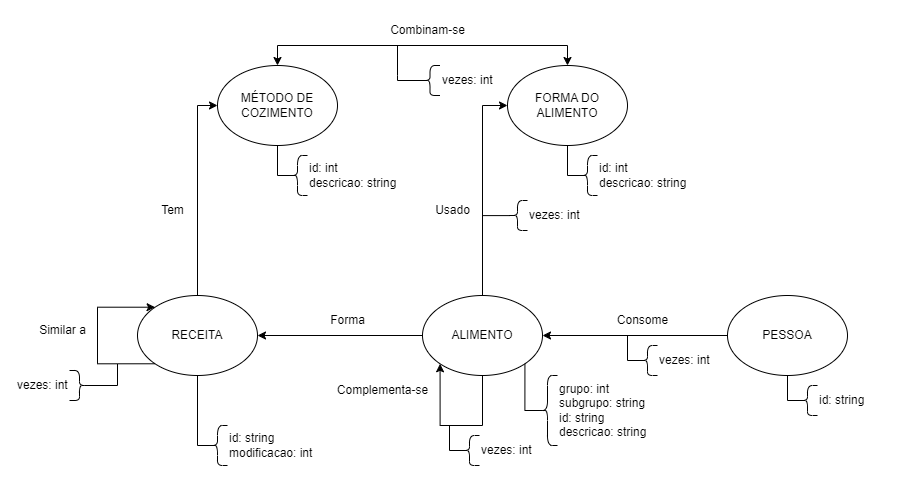
Above: lab08/images/modelo-logico-grafos.png in phdaccache/MC536-GPABD (draw.io), before the change. Source tidied: cells renumbered, new cells last; positions are measured from the earlier drawing's top-left corner, leaving out a move shared by most shapes. Its diagram source:
```xml
<mxGraphModel>
  <root>
    <mxCell id="0" />
    <mxCell id="1" parent="0" />
    <mxCell id="2" style="group;" parent="1" vertex="1">
      <mxGeometry x="407" y="280" width="305" height="170" as="geometry" />
    </mxCell>
    <mxCell id="3" value="ALIMENTO" style="ellipse;whiteSpace=wrap;html=1;" parent="2" vertex="1">
      <mxGeometry width="120" height="80" as="geometry" />
    </mxCell>
    <mxCell id="4" style="shape=curlyBracket;whiteSpace=wrap;html=1;rounded=1;labelPosition=left;verticalLabelPosition=middle;align=right;verticalAlign=middle;" parent="2" vertex="1">
      <mxGeometry x="115" y="80" width="20" height="70" as="geometry" />
    </mxCell>
    <mxCell id="5" style="edgeStyle=orthogonalEdgeStyle;rounded=0;jettySize=auto;html=1;entryX=0.1;entryY=0.5;entryDx=0;entryDy=0;entryPerimeter=0;endArrow=none;endFill=0;exitX=1;exitY=1;exitDx=0;exitDy=0;" parent="2" edge="1" source="3" target="4">
      <mxGeometry relative="1" as="geometry">
        <Array as="points">
          <mxPoint x="102" y="115" />
        </Array>
      </mxGeometry>
    </mxCell>
    <mxCell id="6" value="grupo: int&lt;br&gt;subgrupo: string&lt;br&gt;id: string&amp;nbsp;&lt;br&gt;descricao: string" style="text;html=1;align=left;verticalAlign=middle;strokeColor=none;fillColor=none;" parent="2" vertex="1">
      <mxGeometry x="135" y="80" width="110" height="70" as="geometry" />
    </mxCell>
    <mxCell id="7" value="Consome" style="text;html=1;align=center;verticalAlign=middle;strokeColor=none;fillColor=none;" parent="2" vertex="1">
      <mxGeometry x="185" y="10" width="70" height="30" as="geometry" />
    </mxCell>
    <mxCell id="8" value="vezes: int" style="text;html=1;align=left;verticalAlign=middle;strokeColor=none;fillColor=none;" parent="2" vertex="1">
      <mxGeometry x="235" y="50" width="70" height="30" as="geometry" />
    </mxCell>
    <mxCell id="9" style="edgeStyle=orthogonalEdgeStyle;rounded=0;orthogonalLoop=1;jettySize=auto;html=1;exitX=0.5;exitY=1;exitDx=0;exitDy=0;entryX=0;entryY=1;entryDx=0;entryDy=0;" parent="2" edge="1" source="3" target="3">
      <mxGeometry relative="1" as="geometry">
        <Array as="points">
          <mxPoint x="60" y="130" />
          <mxPoint x="18" y="130" />
        </Array>
      </mxGeometry>
    </mxCell>
    <mxCell id="10" value="vezes: int" style="text;html=1;align=left;verticalAlign=middle;strokeColor=none;fillColor=none;" parent="2" vertex="1">
      <mxGeometry x="57" y="140" width="70" height="30" as="geometry" />
    </mxCell>
    <mxCell id="11" style="shape=curlyBracket;whiteSpace=wrap;html=1;rounded=1;labelPosition=left;verticalLabelPosition=middle;align=right;verticalAlign=middle;" parent="2" vertex="1">
      <mxGeometry x="37" y="140" width="20" height="30" as="geometry" />
    </mxCell>
    <mxCell id="12" style="edgeStyle=orthogonalEdgeStyle;rounded=0;jettySize=auto;html=1;exitX=0.5;exitY=1;exitDx=0;exitDy=0;entryX=0.1;entryY=0.5;entryDx=0;entryDy=0;entryPerimeter=0;endArrow=none;endFill=0;" parent="2" edge="1" target="11">
      <mxGeometry relative="1" as="geometry">
        <mxPoint x="27" y="130" as="sourcePoint" />
        <Array as="points">
          <mxPoint x="27" y="155" />
        </Array>
      </mxGeometry>
    </mxCell>
    <mxCell id="13" style="group;" parent="1" vertex="1">
      <mxGeometry x="122" y="280" width="300" height="130" as="geometry" />
    </mxCell>
    <mxCell id="14" value="RECEITA" style="ellipse;whiteSpace=wrap;html=1;" parent="13" vertex="1">
      <mxGeometry width="120" height="80" as="geometry" />
    </mxCell>
    <mxCell id="15" value="Forma" style="text;html=1;align=center;verticalAlign=middle;strokeColor=none;fillColor=none;" parent="13" vertex="1">
      <mxGeometry x="180" y="10" width="60" height="30" as="geometry" />
    </mxCell>
    <mxCell id="16" style="edgeStyle=orthogonalEdgeStyle;rounded=0;orthogonalLoop=1;jettySize=auto;html=1;exitX=0;exitY=1;exitDx=0;exitDy=0;entryX=0;entryY=0;entryDx=0;entryDy=0;" parent="13" edge="1" source="14" target="14">
      <mxGeometry relative="1" as="geometry">
        <Array as="points">
          <mxPoint x="-40" y="68" />
          <mxPoint x="-40" y="12" />
        </Array>
      </mxGeometry>
    </mxCell>
    <mxCell id="17" value="Complementa-se" style="text;html=1;align=center;verticalAlign=middle;strokeColor=none;fillColor=none;" parent="13" vertex="1">
      <mxGeometry x="190" y="80" width="110" height="30" as="geometry" />
    </mxCell>
    <mxCell id="18" style="edgeStyle=orthogonalEdgeStyle;rounded=0;jettySize=auto;html=1;entryX=1;entryY=0.5;entryDx=0;entryDy=0;" parent="1" edge="1" source="35" target="3">
      <mxGeometry relative="1" as="geometry" />
    </mxCell>
    <mxCell id="19" style="group;" parent="1" vertex="1">
      <mxGeometry x="202" y="50" width="230" height="130" as="geometry" />
    </mxCell>
    <mxCell id="20" value="MÉTODO DE COZIMENTO" style="ellipse;whiteSpace=wrap;html=1;" parent="19" vertex="1">
      <mxGeometry width="120" height="80" as="geometry" />
    </mxCell>
    <mxCell id="21" style="shape=curlyBracket;whiteSpace=wrap;html=1;rounded=1;labelPosition=left;verticalLabelPosition=middle;align=right;verticalAlign=middle;" parent="19" vertex="1">
      <mxGeometry x="70" y="90" width="20" height="40" as="geometry" />
    </mxCell>
    <mxCell id="22" style="edgeStyle=orthogonalEdgeStyle;rounded=0;jettySize=auto;html=1;exitX=0.5;exitY=1;exitDx=0;exitDy=0;entryX=0.1;entryY=0.5;entryDx=0;entryDy=0;entryPerimeter=0;endArrow=none;endFill=0;" parent="19" edge="1" target="21">
      <mxGeometry relative="1" as="geometry">
        <mxPoint x="60" y="80" as="sourcePoint" />
        <Array as="points">
          <mxPoint x="60" y="110" />
        </Array>
      </mxGeometry>
    </mxCell>
    <mxCell id="23" value="id: int&lt;br&gt;descricao: string" style="text;html=1;align=left;verticalAlign=middle;strokeColor=none;fillColor=none;" parent="19" vertex="1">
      <mxGeometry x="90" y="90" width="110" height="40" as="geometry" />
    </mxCell>
    <mxCell id="24" style="group;" parent="1" vertex="1">
      <mxGeometry x="492" y="50" width="230" height="130" as="geometry" />
    </mxCell>
    <mxCell id="25" value="FORMA DO ALIMENTO" style="ellipse;whiteSpace=wrap;html=1;" parent="24" vertex="1">
      <mxGeometry width="120" height="80" as="geometry" />
    </mxCell>
    <mxCell id="26" style="shape=curlyBracket;whiteSpace=wrap;html=1;rounded=1;labelPosition=left;verticalLabelPosition=middle;align=right;verticalAlign=middle;" parent="24" vertex="1">
      <mxGeometry x="70" y="90" width="20" height="40" as="geometry" />
    </mxCell>
    <mxCell id="27" style="edgeStyle=orthogonalEdgeStyle;rounded=0;jettySize=auto;html=1;exitX=0.5;exitY=1;exitDx=0;exitDy=0;entryX=0.1;entryY=0.5;entryDx=0;entryDy=0;entryPerimeter=0;endArrow=none;endFill=0;" parent="24" edge="1" target="26">
      <mxGeometry relative="1" as="geometry">
        <mxPoint x="60" y="80" as="sourcePoint" />
        <Array as="points">
          <mxPoint x="60" y="110" />
        </Array>
      </mxGeometry>
    </mxCell>
    <mxCell id="28" value="id: int&lt;br&gt;descricao: string" style="text;html=1;align=left;verticalAlign=middle;strokeColor=none;fillColor=none;" parent="24" vertex="1">
      <mxGeometry x="90" y="90" width="110" height="40" as="geometry" />
    </mxCell>
    <mxCell id="29" style="edgeStyle=orthogonalEdgeStyle;rounded=0;jettySize=auto;html=1;exitX=0.5;exitY=0;exitDx=0;exitDy=0;entryX=0;entryY=0.5;entryDx=0;entryDy=0;" parent="1" edge="1" source="14" target="20">
      <mxGeometry relative="1" as="geometry" />
    </mxCell>
    <mxCell id="30" style="edgeStyle=orthogonalEdgeStyle;rounded=0;jettySize=auto;html=1;exitX=0.5;exitY=0;exitDx=0;exitDy=0;entryX=0;entryY=0.5;entryDx=0;entryDy=0;" parent="1" edge="1" source="3" target="25">
      <mxGeometry relative="1" as="geometry" />
    </mxCell>
    <mxCell id="31" style="edgeStyle=orthogonalEdgeStyle;rounded=0;jettySize=auto;html=1;exitX=0;exitY=0.5;exitDx=0;exitDy=0;entryX=1;entryY=0.5;entryDx=0;entryDy=0;" parent="1" edge="1" source="3" target="14">
      <mxGeometry relative="1" as="geometry" />
    </mxCell>
    <mxCell id="32" style="group;" parent="1" vertex="1">
      <mxGeometry x="712" y="280" width="160" height="120" as="geometry" />
    </mxCell>
    <mxCell id="33" value="id: string" style="text;html=1;align=left;verticalAlign=middle;strokeColor=none;fillColor=none;" parent="32" vertex="1">
      <mxGeometry x="90" y="90" width="70" height="30" as="geometry" />
    </mxCell>
    <mxCell id="34" style="group;" parent="32" vertex="1">
      <mxGeometry width="120" height="120" as="geometry" />
    </mxCell>
    <mxCell id="35" value="PESSOA" style="ellipse;whiteSpace=wrap;html=1;" parent="34" vertex="1">
      <mxGeometry width="120" height="80" as="geometry" />
    </mxCell>
    <mxCell id="36" style="shape=curlyBracket;whiteSpace=wrap;html=1;rounded=1;labelPosition=left;verticalLabelPosition=middle;align=right;verticalAlign=middle;" parent="34" vertex="1">
      <mxGeometry x="70" y="90" width="20" height="30" as="geometry" />
    </mxCell>
    <mxCell id="37" style="edgeStyle=orthogonalEdgeStyle;rounded=0;jettySize=auto;html=1;exitX=0.5;exitY=1;exitDx=0;exitDy=0;entryX=0.1;entryY=0.5;entryDx=0;entryDy=0;entryPerimeter=0;endArrow=none;endFill=0;" parent="34" edge="1" source="35" target="36">
      <mxGeometry relative="1" as="geometry">
        <Array as="points">
          <mxPoint x="60" y="105" />
        </Array>
      </mxGeometry>
    </mxCell>
    <mxCell id="38" style="shape=curlyBracket;whiteSpace=wrap;html=1;rounded=1;labelPosition=left;verticalLabelPosition=middle;align=right;verticalAlign=middle;" parent="34" vertex="1">
      <mxGeometry x="-90" y="50" width="20" height="30" as="geometry" />
    </mxCell>
    <mxCell id="39" style="edgeStyle=orthogonalEdgeStyle;rounded=0;jettySize=auto;html=1;exitX=0.5;exitY=1;exitDx=0;exitDy=0;entryX=0.1;entryY=0.5;entryDx=0;entryDy=0;entryPerimeter=0;endArrow=none;endFill=0;" parent="34" edge="1" target="38">
      <mxGeometry relative="1" as="geometry">
        <mxPoint x="-100" y="40" as="sourcePoint" />
        <Array as="points">
          <mxPoint x="-100" y="65" />
        </Array>
      </mxGeometry>
    </mxCell>
    <mxCell id="40" value="Tem" style="text;html=1;align=center;verticalAlign=middle;strokeColor=none;fillColor=none;" parent="1" vertex="1">
      <mxGeometry x="132" y="180" width="50" height="30" as="geometry" />
    </mxCell>
    <mxCell id="41" value="Usado" style="text;html=1;align=center;verticalAlign=middle;points=[];strokeColor=none;fillColor=none;" parent="1" vertex="1">
      <mxGeometry x="407" y="180" width="60" height="30" as="geometry" />
    </mxCell>
    <mxCell id="42" value="vezes: int" style="text;html=1;align=left;verticalAlign=middle;strokeColor=none;fillColor=none;" parent="1" vertex="1">
      <mxGeometry x="512" y="185" width="70" height="30" as="geometry" />
    </mxCell>
    <mxCell id="43" style="shape=curlyBracket;whiteSpace=wrap;html=1;rounded=1;labelPosition=left;verticalLabelPosition=middle;align=right;verticalAlign=middle;" parent="1" vertex="1">
      <mxGeometry x="492" y="185" width="20" height="30" as="geometry" />
    </mxCell>
    <mxCell id="44" style="edgeStyle=orthogonalEdgeStyle;rounded=0;jettySize=auto;html=1;exitX=0.995;exitY=0.67;exitDx=0;exitDy=0;entryX=0.1;entryY=0.5;entryDx=0;entryDy=0;entryPerimeter=0;endArrow=none;endFill=0;exitPerimeter=0;" parent="1" edge="1" source="41" target="43">
      <mxGeometry relative="1" as="geometry" />
    </mxCell>
    <mxCell id="45" value="Similar a" style="text;html=1;align=center;verticalAlign=middle;strokeColor=none;fillColor=none;" parent="1" vertex="1">
      <mxGeometry x="12" y="300" width="70" height="30" as="geometry" />
    </mxCell>
    <mxCell id="46" style="edgeStyle=orthogonalEdgeStyle;rounded=0;jettySize=auto;html=1;exitX=0.5;exitY=0;exitDx=0;exitDy=0;entryX=0.5;entryY=0;entryDx=0;entryDy=0;startArrow=classic;startFill=1;" parent="1" edge="1" source="20" target="25">
      <mxGeometry relative="1" as="geometry" />
    </mxCell>
    <mxCell id="47" style="edgeStyle=orthogonalEdgeStyle;rounded=0;orthogonalLoop=1;jettySize=auto;html=1;endArrow=none;endFill=0;" parent="1" edge="1">
      <mxGeometry relative="1" as="geometry">
        <mxPoint x="382" y="30" as="sourcePoint" />
        <mxPoint x="382" y="60" as="targetPoint" />
      </mxGeometry>
    </mxCell>
    <mxCell id="48" value="Combinam-se" style="text;html=1;align=center;verticalAlign=middle;strokeColor=none;fillColor=none;" parent="1" vertex="1">
      <mxGeometry x="362" width="100" height="30" as="geometry" />
    </mxCell>
    <mxCell id="49" value="vezes: int" style="text;html=1;align=left;verticalAlign=middle;strokeColor=none;fillColor=none;" parent="1" vertex="1">
      <mxGeometry x="424.5" y="50" width="70" height="30" as="geometry" />
    </mxCell>
    <mxCell id="50" style="shape=curlyBracket;whiteSpace=wrap;html=1;rounded=1;labelPosition=left;verticalLabelPosition=middle;align=right;verticalAlign=middle;" parent="1" vertex="1">
      <mxGeometry x="404.5" y="50" width="20" height="30" as="geometry" />
    </mxCell>
    <mxCell id="51" style="edgeStyle=orthogonalEdgeStyle;rounded=0;jettySize=auto;html=1;entryX=0.1;entryY=0.5;entryDx=0;entryDy=0;entryPerimeter=0;endArrow=none;endFill=0;" parent="1" edge="1" target="50">
      <mxGeometry relative="1" as="geometry">
        <mxPoint x="382" y="60" as="sourcePoint" />
        <Array as="points">
          <mxPoint x="382" y="65" />
        </Array>
      </mxGeometry>
    </mxCell>
    <mxCell id="52" value="vezes: int" style="text;html=1;align=left;verticalAlign=middle;strokeColor=none;fillColor=none;flipH=1;" parent="1" vertex="1">
      <mxGeometry y="355" width="70" height="30" as="geometry" />
    </mxCell>
    <mxCell id="53" style="edgeStyle=orthogonalEdgeStyle;rounded=0;jettySize=auto;html=1;exitX=0.1;exitY=0.5;exitDx=0;exitDy=0;exitPerimeter=0;endArrow=none;endFill=0;" parent="1" edge="1" source="54">
      <mxGeometry relative="1" as="geometry">
        <mxPoint x="102" y="348.5" as="targetPoint" />
        <Array as="points">
          <mxPoint x="102" y="370" />
        </Array>
      </mxGeometry>
    </mxCell>
    <mxCell id="54" style="shape=curlyBracket;whiteSpace=wrap;html=1;rounded=1;labelPosition=left;verticalLabelPosition=middle;align=right;verticalAlign=middle;flipH=1;" parent="1" vertex="1">
      <mxGeometry x="54" y="355" width="20" height="30" as="geometry" />
    </mxCell>
    <mxCell id="55" style="edgeStyle=orthogonalEdgeStyle;rounded=0;jettySize=auto;html=1;exitX=0.5;exitY=1;exitDx=0;exitDy=0;entryX=0.1;entryY=0.5;entryDx=0;entryDy=0;entryPerimeter=0;endArrow=none;endFill=0;" parent="1" edge="1" source="14" target="56">
      <mxGeometry relative="1" as="geometry">
        <Array as="points">
          <mxPoint x="182" y="430" />
        </Array>
      </mxGeometry>
    </mxCell>
    <mxCell id="56" style="shape=curlyBracket;whiteSpace=wrap;html=1;rounded=1;labelPosition=left;verticalLabelPosition=middle;align=right;verticalAlign=middle;" parent="1" vertex="1">
      <mxGeometry x="192" y="410" width="20" height="40" as="geometry" />
    </mxCell>
    <mxCell id="57" value="id: string&lt;br&gt;modificacao: int" style="text;html=1;align=left;verticalAlign=middle;strokeColor=none;fillColor=none;" parent="1" vertex="1">
      <mxGeometry x="212" y="410" width="110" height="40" as="geometry" />
    </mxCell>
  </root>
</mxGraphModel>
```
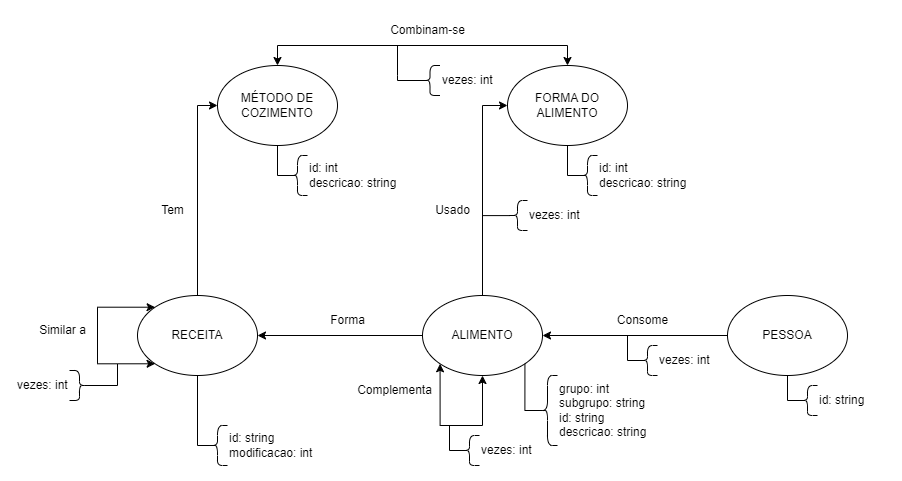
The same file after the commit.

Commit message:
Atualiza modelo lógico

What changed in the source:
```diff
@@ -27,7 +27,7 @@
     <mxCell id="8" value="vezes: int" style="text;html=1;align=left;verticalAlign=middle;strokeColor=none;fillColor=none;" parent="2" vertex="1">
       <mxGeometry x="235" y="50" width="70" height="30" as="geometry" />
     </mxCell>
-    <mxCell id="9" style="edgeStyle=orthogonalEdgeStyle;rounded=0;orthogonalLoop=1;jettySize=auto;html=1;exitX=0.5;exitY=1;exitDx=0;exitDy=0;entryX=0;entryY=1;entryDx=0;entryDy=0;" parent="2" edge="1" source="3" target="3">
+    <mxCell id="9" style="edgeStyle=orthogonalEdgeStyle;rounded=0;orthogonalLoop=1;jettySize=auto;html=1;exitX=0.5;exitY=1;exitDx=0;exitDy=0;entryX=0;entryY=1;entryDx=0;entryDy=0;startArrow=classic;startFill=1;" parent="2" edge="1" source="3" target="3">
       <mxGeometry relative="1" as="geometry">
         <Array as="points">
           <mxPoint x="60" y="130" />
@@ -58,7 +58,7 @@
     <mxCell id="15" value="Forma" style="text;html=1;align=center;verticalAlign=middle;strokeColor=none;fillColor=none;" parent="13" vertex="1">
       <mxGeometry x="180" y="10" width="60" height="30" as="geometry" />
     </mxCell>
-    <mxCell id="16" style="edgeStyle=orthogonalEdgeStyle;rounded=0;orthogonalLoop=1;jettySize=auto;html=1;exitX=0;exitY=1;exitDx=0;exitDy=0;entryX=0;entryY=0;entryDx=0;entryDy=0;" parent="13" edge="1" source="14" target="14">
+    <mxCell id="16" style="edgeStyle=orthogonalEdgeStyle;rounded=0;orthogonalLoop=1;jettySize=auto;html=1;exitX=0;exitY=1;exitDx=0;exitDy=0;entryX=0;entryY=0;entryDx=0;entryDy=0;startArrow=classic;startFill=1;" parent="13" edge="1" source="14" target="14">
       <mxGeometry relative="1" as="geometry">
         <Array as="points">
           <mxPoint x="-40" y="68" />
@@ -66,8 +66,8 @@
         </Array>
       </mxGeometry>
     </mxCell>
-    <mxCell id="17" value="Complementa-se" style="text;html=1;align=center;verticalAlign=middle;strokeColor=none;fillColor=none;" parent="13" vertex="1">
-      <mxGeometry x="190" y="80" width="110" height="30" as="geometry" />
+    <mxCell id="17" value="Complementa" style="text;html=1;align=center;verticalAlign=middle;strokeColor=none;fillColor=none;" parent="13" vertex="1">
+      <mxGeometry x="207" y="80" width="100" height="30" as="geometry" />
     </mxCell>
     <mxCell id="18" style="edgeStyle=orthogonalEdgeStyle;rounded=0;jettySize=auto;html=1;entryX=1;entryY=0.5;entryDx=0;entryDy=0;" parent="1" edge="1" source="35" target="3">
       <mxGeometry relative="1" as="geometry" />
```
